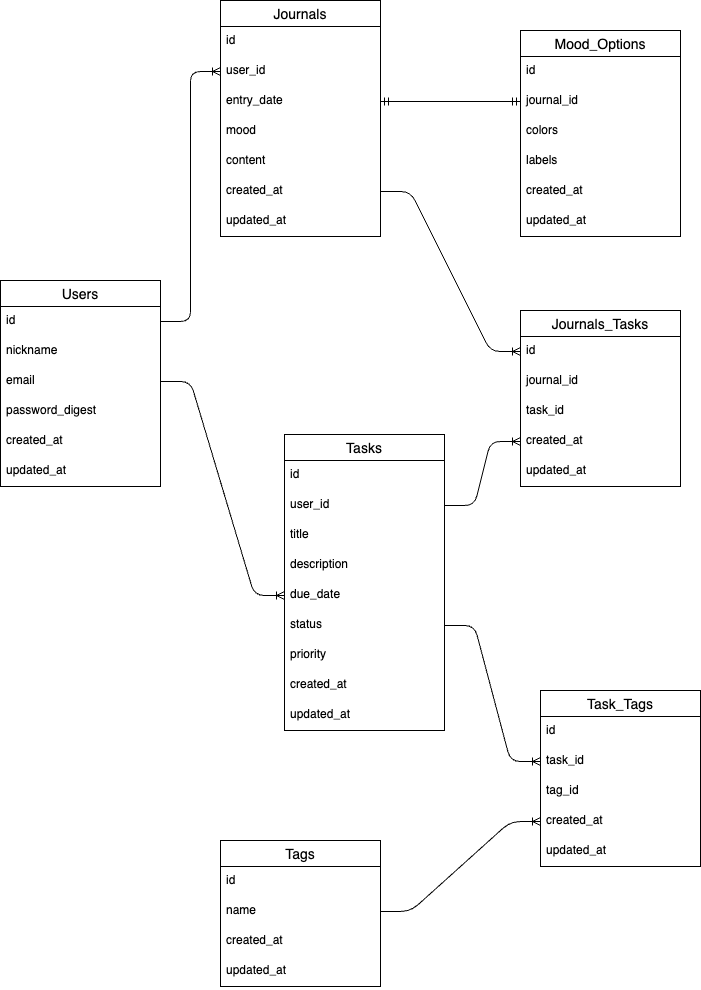
mri-na/kokoro_task keeps this draw.io diagram as ER.drawio.png. Above is the earlier version. Source tidied: cells renumbered, new cells last; positions are measured from the earlier drawing's top-left corner, leaving out a move shared by most shapes.
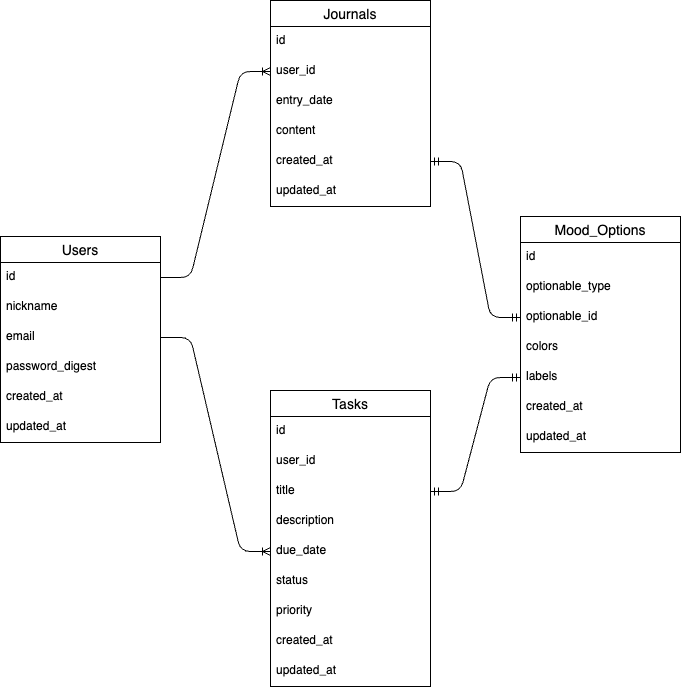
After the commit.

The edit, as a diff of the source:
```diff
@@ -24,7 +24,7 @@
       <mxGeometry y="176" width="160" height="30" as="geometry" />
     </mxCell>
     <mxCell id="9" value="Journals" style="swimlane;fontStyle=0;horizontal=1;startSize=26;align=center;fontSize=14;" parent="1" vertex="1">
-      <mxGeometry x="220" width="160" height="236" as="geometry" />
+      <mxGeometry x="270" y="44" width="160" height="206" as="geometry" />
     </mxCell>
     <mxCell id="10" value="id" style="text;strokeColor=none;fillColor=none;spacingLeft=4;spacingRight=4;overflow=hidden;fontSize=12;" parent="9" vertex="1">
       <mxGeometry y="26" width="160" height="30" as="geometry" />
@@ -35,20 +35,17 @@
     <mxCell id="12" value="entry_date" style="text;strokeColor=none;fillColor=none;spacingLeft=4;spacingRight=4;overflow=hidden;points=[[0,0.5],[1,0.5]];portConstraint=eastwest;fontSize=12;" parent="9" vertex="1">
       <mxGeometry y="86" width="160" height="30" as="geometry" />
     </mxCell>
-    <mxCell id="13" value="mood" style="text;strokeColor=none;fillColor=none;spacingLeft=4;spacingRight=4;overflow=hidden;fontSize=12;" parent="9" vertex="1">
-      <mxGeometry y="116" width="160" height="30" as="geometry" />
-    </mxCell>
     <mxCell id="14" value="content" style="text;strokeColor=none;fillColor=none;spacingLeft=4;spacingRight=4;overflow=hidden;fontSize=12;" parent="9" vertex="1">
-      <mxGeometry y="146" width="160" height="30" as="geometry" />
+      <mxGeometry y="116" width="160" height="30" as="geometry" />
     </mxCell>
     <mxCell id="15" value="created_at" style="text;strokeColor=none;fillColor=none;spacingLeft=4;spacingRight=4;overflow=hidden;points=[[0,0.5],[1,0.5]];portConstraint=eastwest;fontSize=12;" parent="9" vertex="1">
-      <mxGeometry y="176" width="160" height="30" as="geometry" />
+      <mxGeometry y="146" width="160" height="30" as="geometry" />
     </mxCell>
     <mxCell id="16" value="updated_at" style="text;strokeColor=none;fillColor=none;spacingLeft=4;spacingRight=4;overflow=hidden;fontSize=12;" parent="9" vertex="1">
-      <mxGeometry y="206" width="160" height="30" as="geometry" />
+      <mxGeometry y="176" width="160" height="30" as="geometry" />
     </mxCell>
     <mxCell id="17" value="Tasks" style="swimlane;fontStyle=0;horizontal=1;startSize=26;align=center;fontSize=14;" parent="1" vertex="1">
-      <mxGeometry x="284" y="434" width="160" height="296" as="geometry" />
+      <mxGeometry x="270" y="434" width="160" height="296" as="geometry" />
     </mxCell>
     <mxCell id="18" value="id" style="text;strokeColor=none;fillColor=none;spacingLeft=4;spacingRight=4;overflow=hidden;fontSize=12;" parent="17" vertex="1">
       <mxGeometry y="26" width="160" height="30" as="geometry" />
@@ -78,97 +75,40 @@
       <mxGeometry y="266" width="160" height="30" as="geometry" />
     </mxCell>
     <mxCell id="27" value="Mood_Options" style="swimlane;fontStyle=0;horizontal=1;startSize=26;align=center;fontSize=14;" parent="1" vertex="1">
-      <mxGeometry x="520" y="30" width="160" height="206" as="geometry" />
+      <mxGeometry x="520" y="260" width="160" height="236" as="geometry" />
     </mxCell>
     <mxCell id="28" value="id" style="text;strokeColor=none;fillColor=none;spacingLeft=4;spacingRight=4;overflow=hidden;fontSize=12;" parent="27" vertex="1">
       <mxGeometry y="26" width="160" height="30" as="geometry" />
     </mxCell>
-    <mxCell id="29" value="journal_id" style="text;strokeColor=none;fillColor=none;spacingLeft=4;spacingRight=4;overflow=hidden;points=[[0,0.5],[1,0.5]];portConstraint=eastwest;fontSize=12;" parent="27" vertex="1">
+    <mxCell id="29" value="optionable_type" style="text;strokeColor=none;fillColor=none;spacingLeft=4;spacingRight=4;overflow=hidden;points=[[0,0.5],[1,0.5]];portConstraint=eastwest;fontSize=12;" parent="27" vertex="1">
       <mxGeometry y="56" width="160" height="30" as="geometry" />
     </mxCell>
+    <mxCell id="51" value="optionable_id" style="text;strokeColor=none;fillColor=none;spacingLeft=4;spacingRight=4;overflow=hidden;points=[[0,0.5],[1,0.5]];portConstraint=eastwest;fontSize=12;" parent="27" vertex="1">
+      <mxGeometry y="86" width="160" height="30" as="geometry" />
+    </mxCell>
     <mxCell id="30" value="colors" style="text;strokeColor=none;fillColor=none;spacingLeft=4;spacingRight=4;overflow=hidden;fontSize=12;" parent="27" vertex="1">
-      <mxGeometry y="86" width="160" height="30" as="geometry" />
+      <mxGeometry y="116" width="160" height="30" as="geometry" />
     </mxCell>
     <mxCell id="31" value="labels" style="text;strokeColor=none;fillColor=none;spacingLeft=4;spacingRight=4;overflow=hidden;points=[[0,0.5],[1,0.5]];portConstraint=eastwest;fontSize=12;" parent="27" vertex="1">
-      <mxGeometry y="116" width="160" height="30" as="geometry" />
+      <mxGeometry y="146" width="160" height="30" as="geometry" />
     </mxCell>
     <mxCell id="32" value="created_at" style="text;strokeColor=none;fillColor=none;spacingLeft=4;spacingRight=4;overflow=hidden;fontSize=12;" parent="27" vertex="1">
-      <mxGeometry y="146" width="160" height="30" as="geometry" />
+      <mxGeometry y="176" width="160" height="30" as="geometry" />
     </mxCell>
     <mxCell id="33" value="updated_at" style="text;strokeColor=none;fillColor=none;spacingLeft=4;spacingRight=4;overflow=hidden;fontSize=12;" parent="27" vertex="1">
-      <mxGeometry y="176" width="160" height="30" as="geometry" />
+      <mxGeometry y="206" width="160" height="30" as="geometry" />
     </mxCell>
-    <mxCell id="34" value="Tags" style="swimlane;fontStyle=0;horizontal=1;startSize=26;align=center;fontSize=14;" parent="1" vertex="1">
-      <mxGeometry x="220" y="840" width="160" height="146" as="geometry" />
-    </mxCell>
-    <mxCell id="35" value="id" style="text;strokeColor=none;fillColor=none;spacingLeft=4;spacingRight=4;overflow=hidden;fontSize=12;" parent="34" vertex="1">
-      <mxGeometry y="26" width="160" height="30" as="geometry" />
-    </mxCell>
-    <mxCell id="36" value="name" style="text;strokeColor=none;fillColor=none;spacingLeft=4;spacingRight=4;overflow=hidden;points=[[0,0.5],[1,0.5]];portConstraint=eastwest;fontSize=12;" parent="34" vertex="1">
-      <mxGeometry y="56" width="160" height="30" as="geometry" />
-    </mxCell>
-    <mxCell id="37" value="created_at" style="text;strokeColor=none;fillColor=none;spacingLeft=4;spacingRight=4;overflow=hidden;fontSize=12;" parent="34" vertex="1">
-      <mxGeometry y="86" width="160" height="30" as="geometry" />
-    </mxCell>
-    <mxCell id="38" value="updated_at" style="text;strokeColor=none;fillColor=none;spacingLeft=4;spacingRight=4;overflow=hidden;fontSize=12;" parent="34" vertex="1">
-      <mxGeometry y="116" width="160" height="30" as="geometry" />
-    </mxCell>
-    <mxCell id="39" value="Task_Tags" style="swimlane;fontStyle=0;horizontal=1;startSize=26;align=center;fontSize=14;" parent="1" vertex="1">
-      <mxGeometry x="540" y="690" width="160" height="176" as="geometry" />
-    </mxCell>
-    <mxCell id="40" value="id" style="text;strokeColor=none;fillColor=none;spacingLeft=4;spacingRight=4;overflow=hidden;fontSize=12;" parent="39" vertex="1">
-      <mxGeometry y="26" width="160" height="30" as="geometry" />
-    </mxCell>
-    <mxCell id="41" value="task_id" style="text;strokeColor=none;fillColor=none;spacingLeft=4;spacingRight=4;overflow=hidden;points=[[0,0.5],[1,0.5]];portConstraint=eastwest;fontSize=12;" parent="39" vertex="1">
-      <mxGeometry y="56" width="160" height="30" as="geometry" />
-    </mxCell>
-    <mxCell id="42" value="tag_id" style="text;strokeColor=none;fillColor=none;spacingLeft=4;spacingRight=4;overflow=hidden;fontSize=12;" parent="39" vertex="1">
-      <mxGeometry y="86" width="160" height="30" as="geometry" />
-    </mxCell>
-    <mxCell id="43" value="created_at" style="text;strokeColor=none;fillColor=none;spacingLeft=4;spacingRight=4;overflow=hidden;points=[[0,0.5],[1,0.5]];portConstraint=eastwest;fontSize=12;" parent="39" vertex="1">
-      <mxGeometry y="116" width="160" height="30" as="geometry" />
-    </mxCell>
-    <mxCell id="44" value="updated_at" style="text;strokeColor=none;fillColor=none;spacingLeft=4;spacingRight=4;overflow=hidden;fontSize=12;" parent="39" vertex="1">
-      <mxGeometry y="146" width="160" height="30" as="geometry" />
-    </mxCell>
-    <mxCell id="45" style="edgeStyle=entityRelationEdgeStyle;fontSize=12;html=1;endArrow=ERmandOne;startArrow=ERmandOne;entryX=0;entryY=0.5;entryDx=0;entryDy=0;exitX=1;exitY=0.5;exitDx=0;exitDy=0;" parent="1" edge="1" source="12" target="29">
-      <mxGeometry relative="1" as="geometry" />
-    </mxCell>
     <mxCell id="46" style="edgeStyle=entityRelationEdgeStyle;fontSize=12;html=1;endArrow=ERoneToMany;entryX=0;entryY=0.5;entryDx=0;entryDy=0;exitX=1;exitY=0.5;exitDx=0;exitDy=0;" parent="1" edge="1" source="3" target="11">
       <mxGeometry relative="1" as="geometry" />
     </mxCell>
     <mxCell id="47" style="edgeStyle=entityRelationEdgeStyle;fontSize=12;html=1;endArrow=ERoneToMany;exitX=1;exitY=0.5;exitDx=0;exitDy=0;entryX=0;entryY=0.5;entryDx=0;entryDy=0;" parent="1" edge="1" source="5" target="22">
       <mxGeometry relative="1" as="geometry" />
     </mxCell>
-    <mxCell id="48" value="Journals_Tasks" style="swimlane;fontStyle=0;horizontal=1;startSize=26;align=center;fontSize=14;" parent="1" vertex="1">
-      <mxGeometry x="520" y="310" width="160" height="176" as="geometry" />
-    </mxCell>
-    <mxCell id="49" value="id" style="text;strokeColor=none;fillColor=none;spacingLeft=4;spacingRight=4;overflow=hidden;points=[[0,0.5],[1,0.5]];portConstraint=eastwest;fontSize=12;" parent="48" vertex="1">
-      <mxGeometry y="26" width="160" height="30" as="geometry" />
-    </mxCell>
-    <mxCell id="50" value="journal_id" style="text;strokeColor=none;fillColor=none;spacingLeft=4;spacingRight=4;overflow=hidden;fontSize=12;" parent="48" vertex="1">
-      <mxGeometry y="56" width="160" height="30" as="geometry" />
-    </mxCell>
-    <mxCell id="51" value="task_id" style="text;strokeColor=none;fillColor=none;spacingLeft=4;spacingRight=4;overflow=hidden;points=[[0,0.5],[1,0.5]];portConstraint=eastwest;fontSize=12;" parent="48" vertex="1">
-      <mxGeometry y="86" width="160" height="30" as="geometry" />
-    </mxCell>
-    <mxCell id="52" value="created_at" style="text;strokeColor=none;fillColor=none;spacingLeft=4;spacingRight=4;overflow=hidden;points=[[0,0.5],[1,0.5]];portConstraint=eastwest;fontSize=12;" parent="48" vertex="1">
-      <mxGeometry y="116" width="160" height="30" as="geometry" />
-    </mxCell>
-    <mxCell id="53" value="updated_at" style="text;strokeColor=none;fillColor=none;spacingLeft=4;spacingRight=4;overflow=hidden;fontSize=12;" parent="48" vertex="1">
-      <mxGeometry y="146" width="160" height="30" as="geometry" />
-    </mxCell>
-    <mxCell id="54" style="edgeStyle=entityRelationEdgeStyle;fontSize=12;html=1;endArrow=ERoneToMany;entryX=0;entryY=0.5;entryDx=0;entryDy=0;exitX=1;exitY=0.5;exitDx=0;exitDy=0;" parent="1" edge="1" source="15" target="49">
-      <mxGeometry relative="1" as="geometry" />
-    </mxCell>
-    <mxCell id="55" style="edgeStyle=entityRelationEdgeStyle;fontSize=12;html=1;endArrow=ERoneToMany;exitX=1;exitY=0.5;exitDx=0;exitDy=0;entryX=0;entryY=0.5;entryDx=0;entryDy=0;" parent="1" edge="1" source="19" target="52">
-      <mxGeometry relative="1" as="geometry" />
-    </mxCell>
-    <mxCell id="56" style="edgeStyle=entityRelationEdgeStyle;fontSize=12;html=1;endArrow=ERoneToMany;exitX=1;exitY=0.5;exitDx=0;exitDy=0;entryX=0;entryY=0.5;entryDx=0;entryDy=0;" parent="1" edge="1" source="23" target="41">
-      <mxGeometry relative="1" as="geometry" />
-    </mxCell>
-    <mxCell id="57" style="edgeStyle=entityRelationEdgeStyle;fontSize=12;html=1;endArrow=ERoneToMany;exitX=1;exitY=0.5;exitDx=0;exitDy=0;entryX=0;entryY=0.5;entryDx=0;entryDy=0;" parent="1" edge="1" source="36" target="43">
+    <mxCell id="57" style="edgeStyle=entityRelationEdgeStyle;fontSize=12;html=1;endArrow=ERmandOne;startArrow=ERmandOne;exitX=1;exitY=0.5;exitDx=0;exitDy=0;entryX=0;entryY=0.5;entryDx=0;entryDy=0;" parent="1" edge="1" source="15" target="51">
       <mxGeometry relative="1" as="geometry" />
     </mxCell>
+    <mxCell id="58" style="edgeStyle=entityRelationEdgeStyle;fontSize=12;html=1;endArrow=ERmandOne;startArrow=ERmandOne;exitX=1;exitY=0.5;exitDx=0;exitDy=0;entryX=0;entryY=0.5;entryDx=0;entryDy=0;" parent="1" edge="1" source="20" target="31">
+      <mxGeometry relative="1" as="geometry" />
+    </mxCell>
   </root>
 </mxGraphModel>
```
